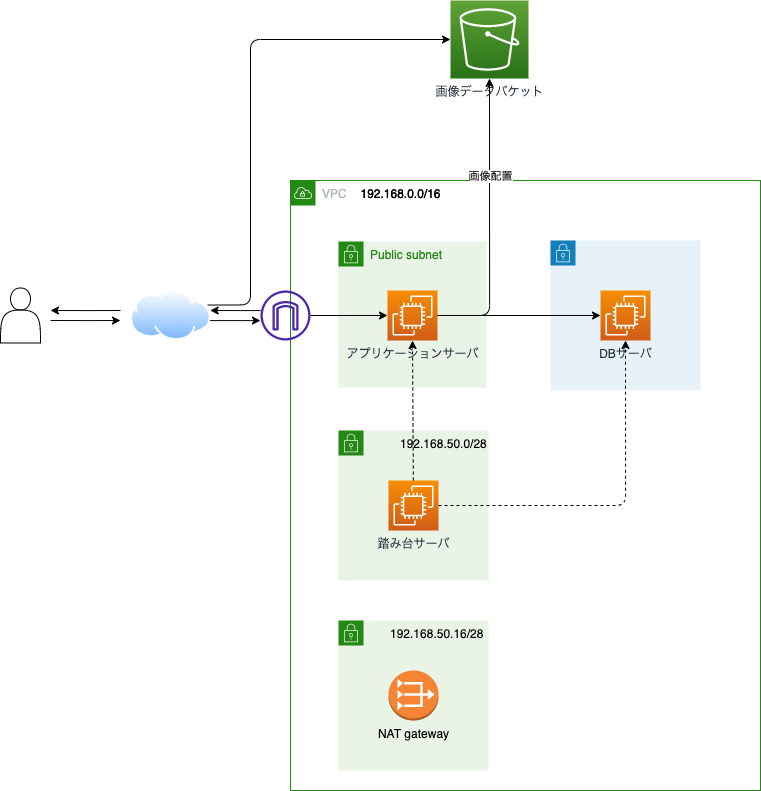
This is docs/3章/picture/ネットワーク構成図.png from shigeyuki-nakano/guid-of-aws-web3tier, a draw.io export, as it was before one commit. Source tidied: cells renumbered, new cells last; positions are measured from the earlier drawing's top-left corner, leaving out a move shared by most shapes.
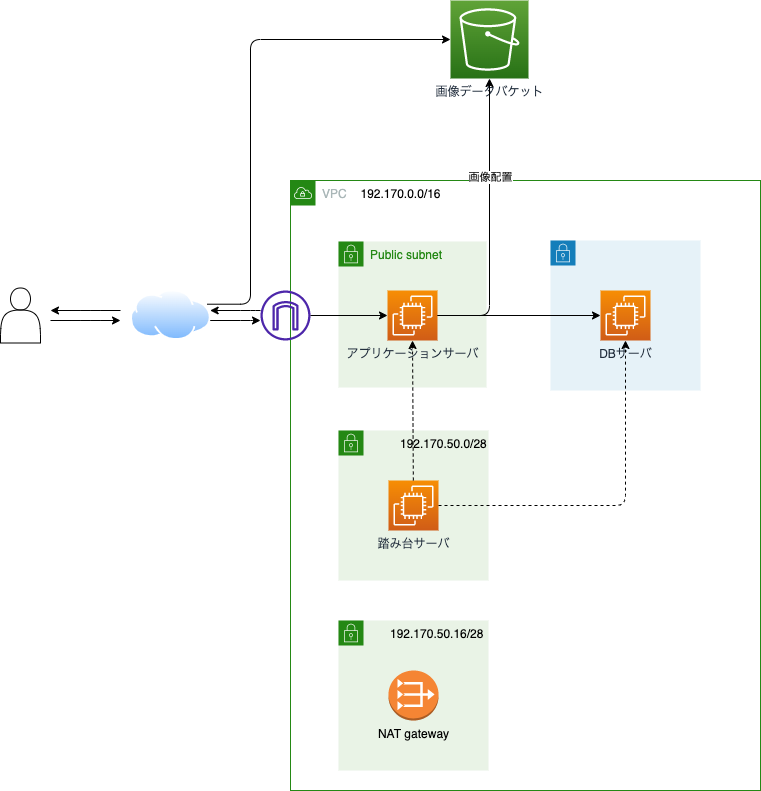
Above is the later version.

Diff of the diagram source:
```diff
@@ -8,7 +8,7 @@
     <mxCell id="3" style="sketch=0;outlineConnect=0;fontColor=#232F3E;gradientColor=none;fillColor=#4D27AA;strokeColor=none;dashed=0;verticalLabelPosition=bottom;verticalAlign=top;align=center;html=1;fontSize=12;fontStyle=0;shape=mxgraph.aws4.internet_gateway;" parent="1" vertex="1">
       <mxGeometry x="260" y="290" width="50" height="50" as="geometry" />
     </mxCell>
-    <mxCell id="4" value="192.168.0.0/16" style="text;html=1;align=center;verticalAlign=middle;strokeColor=none;fillColor=none;spacing=0;" parent="1" vertex="1">
+    <mxCell id="4" value="192.170.0.0/16" style="text;html=1;align=center;verticalAlign=middle;strokeColor=none;fillColor=none;spacing=0;" parent="1" vertex="1">
       <mxGeometry x="350" y="184" width="100" height="20" as="geometry" />
     </mxCell>
     <mxCell id="5" style="gradientColor=none;html=1;whiteSpace=wrap;fontSize=12;fontStyle=0;shape=mxgraph.aws4.group;grIcon=mxgraph.aws4.group_security_group;grStroke=0;strokeColor=#147EBA;fillColor=#E6F2F8;verticalAlign=top;align=left;spacingLeft=30;fontColor=#147EBA;dashed=0;" parent="1" vertex="1">
@@ -17,9 +17,6 @@
     <mxCell id="6" value="DBサーバ" style="sketch=0;points=[[0,0,0],[0.25,0,0],[0.5,0,0],[0.75,0,0],[1,0,0],[0,1,0],[0.25,1,0],[0.5,1,0],[0.75,1,0],[1,1,0],[0,0.25,0],[0,0.5,0],[0,0.75,0],[1,0.25,0],[1,0.5,0],[1,0.75,0]];outlineConnect=0;fontColor=#232F3E;gradientColor=#F78E04;gradientDirection=north;fillColor=#D05C17;strokeColor=#ffffff;dashed=0;verticalLabelPosition=bottom;verticalAlign=top;align=center;html=1;fontSize=12;fontStyle=0;shape=mxgraph.aws4.resourceIcon;resIcon=mxgraph.aws4.ec2;" parent="5" vertex="1">
       <mxGeometry x="50" y="50" width="50" height="50" as="geometry" />
     </mxCell>
-    <mxCell id="7" value="192.168.0.0/16" style="text;html=1;align=center;verticalAlign=middle;strokeColor=none;fillColor=none;spacing=0;" parent="1" vertex="1">
-      <mxGeometry x="350" y="184" width="100" height="20" as="geometry" />
-    </mxCell>
     <mxCell id="8" style="edgeStyle=orthogonalEdgeStyle;html=1;entryX=0;entryY=0.5;entryDx=0;entryDy=0;entryPerimeter=0;exitX=1;exitY=0.25;exitDx=0;exitDy=0;" parent="1" edge="1" source="18" target="27">
       <mxGeometry relative="1" as="geometry">
         <Array as="points">
@@ -37,7 +34,7 @@
     <mxCell id="11" value="踏み台サーバ" style="sketch=0;points=[[0,0,0],[0.25,0,0],[0.5,0,0],[0.75,0,0],[1,0,0],[0,1,0],[0.25,1,0],[0.5,1,0],[0.75,1,0],[1,1,0],[0,0.25,0],[0,0.5,0],[0,0.75,0],[1,0.25,0],[1,0.5,0],[1,0.75,0]];outlineConnect=0;fontColor=#232F3E;gradientColor=#F78E04;gradientDirection=north;fillColor=#D05C17;strokeColor=#ffffff;dashed=0;verticalLabelPosition=bottom;verticalAlign=top;align=center;html=1;fontSize=12;fontStyle=0;shape=mxgraph.aws4.resourceIcon;resIcon=mxgraph.aws4.ec2;" parent="10" vertex="1">
       <mxGeometry x="50" y="50" width="50" height="50" as="geometry" />
     </mxCell>
-    <mxCell id="12" value="192.168.50.0/28" style="text;whiteSpace=wrap;html=1;" parent="10" vertex="1">
+    <mxCell id="12" value="192.170.50.0/28" style="text;whiteSpace=wrap;html=1;" parent="10" vertex="1">
       <mxGeometry x="60" width="90" height="30" as="geometry" />
     </mxCell>
     <mxCell id="13" style="gradientColor=none;html=1;whiteSpace=wrap;fontSize=12;fontStyle=0;shape=mxgraph.aws4.group;grIcon=mxgraph.aws4.group_security_group;grStroke=0;strokeColor=#248814;fillColor=#E9F3E6;verticalAlign=top;align=left;spacingLeft=30;fontColor=#248814;dashed=0;" parent="1" vertex="1">
@@ -46,7 +43,7 @@
     <mxCell id="14" value="NAT gateway" style="dashed=0;verticalLabelPosition=bottom;verticalAlign=top;align=center;html=1;shape=mxgraph.aws3.vpc_nat_gateway;fillColor=#F58534;gradientColor=none;" parent="13" vertex="1">
       <mxGeometry x="50" y="50" width="50" height="50" as="geometry" />
     </mxCell>
-    <mxCell id="15" value="192.168.50.16/28" style="text;whiteSpace=wrap;html=1;" parent="13" vertex="1">
+    <mxCell id="15" value="192.170.50.16/28" style="text;whiteSpace=wrap;html=1;" parent="13" vertex="1">
       <mxGeometry x="50" width="100" height="30" as="geometry" />
     </mxCell>
     <mxCell id="16" style="edgeStyle=orthogonalEdgeStyle;html=1;entryX=0.5;entryY=1;entryDx=0;entryDy=0;entryPerimeter=0;dashed=1;" parent="1" edge="1" source="11" target="6">
```
